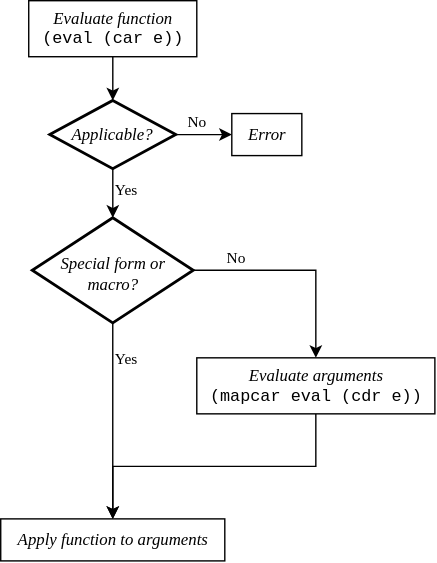
8dcc/sl keeps this draw.io diagram as doc/diagrams/sl_eval_function_call.svg. Above is the earlier version. Source tidied: cells renumbered, new cells last; positions are measured from the earlier drawing's top-left corner, leaving out a move shared by most shapes. Source of this version:
```xml
<mxGraphModel>
  <root>
    <mxCell id="0" />
    <mxCell id="1" parent="0" />
    <mxCell id="2" style="edgeStyle=orthogonalEdgeStyle;rounded=0;jettySize=auto;html=1;" parent="1" edge="1" source="4" target="5">
      <mxGeometry relative="1" as="geometry" />
    </mxCell>
    <mxCell id="3" value="No" style="edgeLabel;html=1;align=center;verticalAlign=bottom;rotation=0;fontFamily=Times New Roman;fontStyle=0;" parent="2" vertex="1">
      <mxGeometry relative="1" as="geometry">
        <mxPoint x="-5" as="offset" />
      </mxGeometry>
    </mxCell>
    <mxCell id="4" value="&lt;font face=&quot;Times New Roman&quot;&gt;&lt;i&gt;Applicable?&lt;/i&gt;&lt;/font&gt;" style="strokeWidth=2;html=1;shape=mxgraph.flowchart.decision;whiteSpace=wrap;" parent="1" vertex="1">
      <mxGeometry x="35" y="71.2" width="90" height="48.8" as="geometry" />
    </mxCell>
    <mxCell id="5" value="Error" style="text;html=1;align=center;verticalAlign=middle;points=[];strokeColor=default;fillColor=default;fontFamily=Times New Roman;fontStyle=2;" parent="1" vertex="1">
      <mxGeometry x="165" y="80.6" width="50" height="30" as="geometry" />
    </mxCell>
    <mxCell id="6" value="&lt;font face=&quot;Times New Roman&quot;&gt;&lt;i&gt;Special form or macro?&lt;br&gt;&lt;/i&gt;&lt;/font&gt;" style="strokeWidth=2;html=1;shape=mxgraph.flowchart.decision;whiteSpace=wrap;align=center;verticalAlign=middle;horizontal=1;spacingBottom=-5;" parent="1" vertex="1">
      <mxGeometry x="22.5" y="155" width="115" height="75" as="geometry" />
    </mxCell>
    <mxCell id="7" style="edgeStyle=orthogonalEdgeStyle;rounded=0;jettySize=auto;html=1;" parent="1" edge="1" source="4" target="6">
      <mxGeometry relative="1" as="geometry" />
    </mxCell>
    <mxCell id="8" value="Yes" style="edgeLabel;html=1;align=left;verticalAlign=middle;fontFamily=Times New Roman;" parent="7" vertex="1">
      <mxGeometry relative="1" as="geometry">
        <mxPoint y="-3" as="offset" />
      </mxGeometry>
    </mxCell>
    <mxCell id="9" style="edgeStyle=orthogonalEdgeStyle;rounded=0;jettySize=auto;html=1;" parent="1" edge="1" source="10" target="4">
      <mxGeometry relative="1" as="geometry" />
    </mxCell>
    <mxCell id="10" value="&lt;div&gt;&lt;font face=&quot;Times New Roman&quot;&gt;&lt;i&gt;Evaluate function&lt;/i&gt;&lt;/font&gt;&lt;/div&gt;&lt;font face=&quot;Courier New&quot;&gt;(eval (car e))&lt;/font&gt;" style="text;html=1;align=center;verticalAlign=middle;points=[];strokeColor=default;fillColor=default;gradientColor=none;" parent="1" vertex="1">
      <mxGeometry x="20" width="120" height="40" as="geometry" />
    </mxCell>
    <mxCell id="11" style="edgeStyle=orthogonalEdgeStyle;rounded=0;jettySize=auto;html=1;" parent="1" edge="1" source="6" target="14">
      <mxGeometry relative="1" as="geometry" />
    </mxCell>
    <mxCell id="12" value="No" style="edgeLabel;html=1;align=center;verticalAlign=bottom;rotation=0;fontFamily=Times New Roman;fontStyle=0;" parent="11" vertex="1">
      <mxGeometry x="-0.6" relative="1" as="geometry" />
    </mxCell>
    <mxCell id="13" style="edgeStyle=orthogonalEdgeStyle;rounded=0;jettySize=auto;html=1;" parent="1" edge="1" source="14" target="15">
      <mxGeometry relative="1" as="geometry" />
    </mxCell>
    <mxCell id="14" value="&lt;div&gt;&lt;font face=&quot;Times New Roman&quot;&gt;&lt;i&gt;Evaluate arguments&lt;/i&gt;&lt;/font&gt;&lt;/div&gt;&lt;div&gt;&lt;font face=&quot;Courier New&quot;&gt;(mapcar eval (cdr e))&lt;br&gt;&lt;/font&gt;&lt;/div&gt;" style="text;html=1;align=center;verticalAlign=middle;points=[];strokeColor=default;fillColor=default;gradientColor=none;" parent="1" vertex="1">
      <mxGeometry x="140" y="255" width="170" height="40" as="geometry" />
    </mxCell>
    <mxCell id="15" value="&lt;font face=&quot;Times New Roman&quot;&gt;&lt;i&gt;Apply function to arguments&lt;br&gt;&lt;/i&gt;&lt;/font&gt;" style="text;html=1;align=center;verticalAlign=middle;points=[];strokeColor=default;fillColor=default;gradientColor=none;" parent="1" vertex="1">
      <mxGeometry y="370" width="160" height="30" as="geometry" />
    </mxCell>
    <mxCell id="16" style="edgeStyle=orthogonalEdgeStyle;rounded=0;jettySize=auto;html=1;" parent="1" edge="1" source="6" target="15">
      <mxGeometry relative="1" as="geometry" />
    </mxCell>
    <mxCell id="17" value="Yes" style="edgeLabel;html=1;align=left;verticalAlign=middle;fontFamily=Times New Roman;" parent="16" vertex="1">
      <mxGeometry x="-0.6" relative="1" as="geometry">
        <mxPoint y="-3" as="offset" />
      </mxGeometry>
    </mxCell>
  </root>
</mxGraphModel>
```
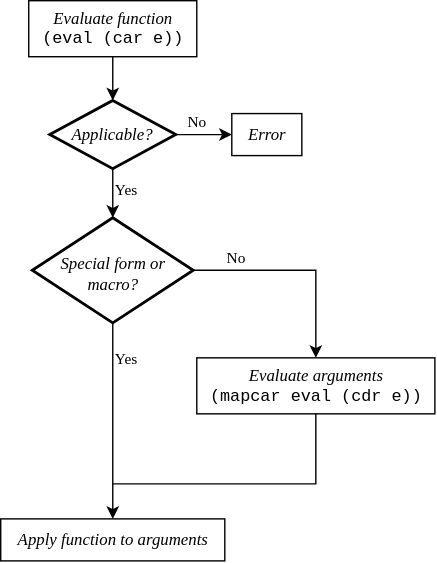
Later version of the same file.

Commit message:
doc: Simplify arrow in 'sl_eval_function_call.svg'

What changed in the source:
```diff
@@ -39,8 +39,13 @@
     <mxCell id="12" value="No" style="edgeLabel;html=1;align=center;verticalAlign=bottom;rotation=0;fontFamily=Times New Roman;fontStyle=0;" parent="11" vertex="1">
       <mxGeometry x="-0.6" relative="1" as="geometry" />
     </mxCell>
-    <mxCell id="13" style="edgeStyle=orthogonalEdgeStyle;rounded=0;jettySize=auto;html=1;" parent="1" edge="1" source="14" target="15">
-      <mxGeometry relative="1" as="geometry" />
+    <mxCell id="13" style="edgeStyle=orthogonalEdgeStyle;rounded=0;jettySize=auto;html=1;endArrow=none;endFill=0;" parent="1" edge="1" source="14">
+      <mxGeometry relative="1" as="geometry">
+        <mxPoint x="80" y="345" as="targetPoint" />
+        <Array as="points">
+          <mxPoint x="225" y="345" />
+        </Array>
+      </mxGeometry>
     </mxCell>
     <mxCell id="14" value="&lt;div&gt;&lt;font face=&quot;Times New Roman&quot;&gt;&lt;i&gt;Evaluate arguments&lt;/i&gt;&lt;/font&gt;&lt;/div&gt;&lt;div&gt;&lt;font face=&quot;Courier New&quot;&gt;(mapcar eval (cdr e))&lt;br&gt;&lt;/font&gt;&lt;/div&gt;" style="text;html=1;align=center;verticalAlign=middle;points=[];strokeColor=default;fillColor=default;gradientColor=none;" parent="1" vertex="1">
       <mxGeometry x="140" y="255" width="170" height="40" as="geometry" />
```
